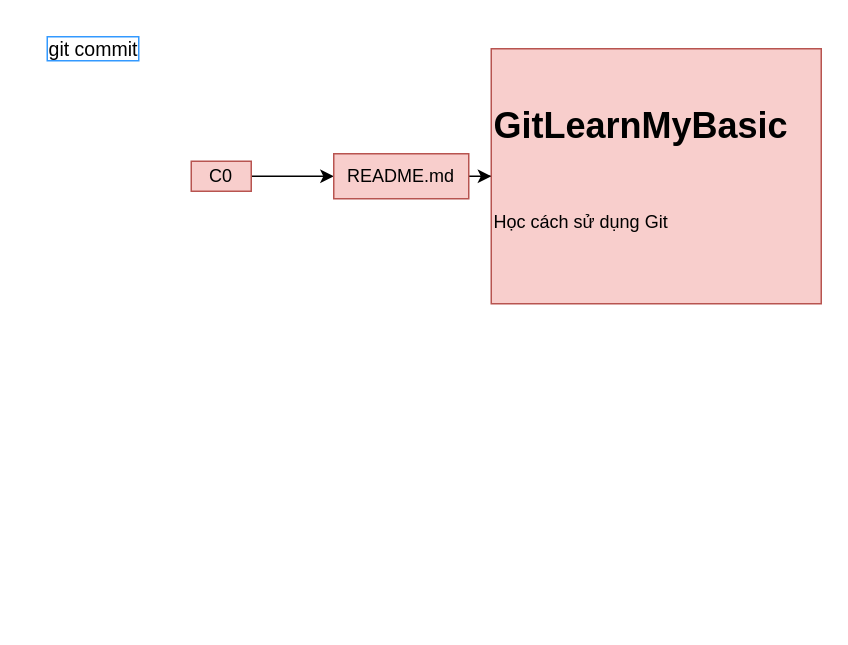
Above: page "Follow" (1 of 2) of Document/readme.drawio in coibaka/GitLearnMyBasic (draw.io), before the change. Source tidied: cells renumbered, new cells numbered last; positions are measured from the earlier drawing's top-left corner, leaving out a move shared by most shapes. Both pictures are drawn from the tidied source at 150%, with x=0, y=0 at pixel (26, 26).
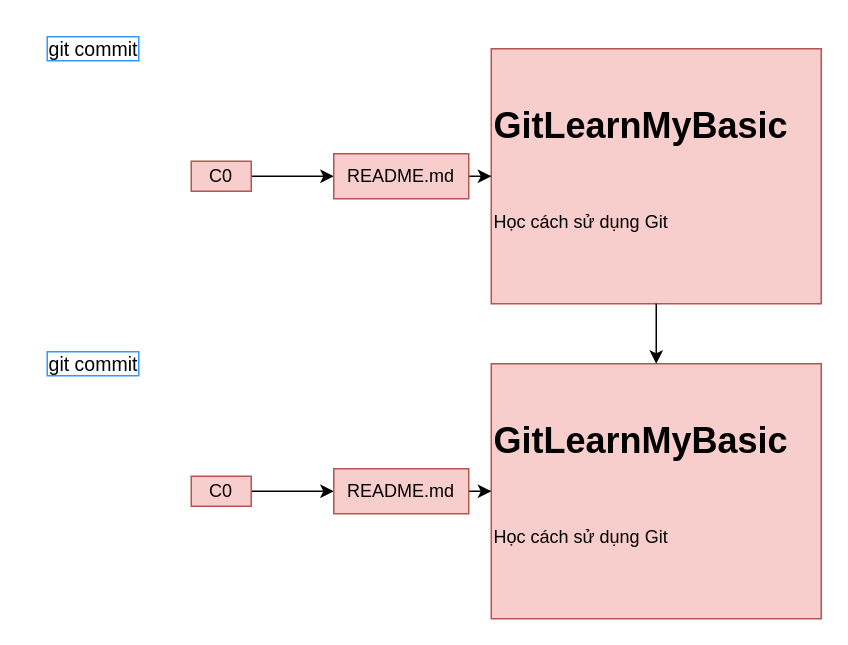
The same diagram, later.

The edit, as a diff of the source:
```diff
@@
 <mxGraphModel>
   <root>
     <mxCell id="0" />
     <mxCell id="1" parent="0" />
     <mxCell id="2" style="edgeStyle=orthogonalEdgeStyle;rounded=0;jettySize=auto;html=1;" parent="1" edge="1" source="3" target="5">
       <mxGeometry relative="1" as="geometry" />
     </mxCell>
     <mxCell id="3" value="C0" style="text;html=1;strokeColor=#b85450;fillColor=#f8cecc;align=center;verticalAlign=middle;whiteSpace=wrap;rounded=0;" parent="1" vertex="1">
       <mxGeometry x="110" y="90" width="40" height="20" as="geometry" />
     </mxCell>
     <mxCell id="4" style="edgeStyle=orthogonalEdgeStyle;rounded=0;jettySize=auto;html=1;" parent="1" edge="1" source="5" target="6">
       <mxGeometry relative="1" as="geometry" />
     </mxCell>
     <mxCell id="5" value="README.md" style="text;html=1;strokeColor=#b85450;fillColor=#f8cecc;align=center;verticalAlign=middle;whiteSpace=wrap;rounded=0;" parent="1" vertex="1">
       <mxGeometry x="205" y="85" width="90" height="30" as="geometry" />
     </mxCell>
     <mxCell id="6" value="&#10;&lt;h1 dir=&quot;auto&quot; tabindex=&quot;-1&quot;&gt;GitLearnMyBasic&lt;/h1&gt;&#10;&lt;p dir=&quot;auto&quot;&gt;Học cách sử dụng Git&lt;/p&gt;&#10;&#10;" style="text;html=1;strokeColor=#b85450;fillColor=#f8cecc;align=left;verticalAlign=middle;whiteSpace=wrap;rounded=0;" parent="1" vertex="1">
       <mxGeometry x="310" y="15" width="220" height="170" as="geometry" />
     </mxCell>
     <mxCell id="7" value="git commit" style="text;html=1;strokeColor=none;fillColor=none;align=center;verticalAlign=middle;whiteSpace=wrap;rounded=0;labelBorderColor=#3399FF;fontSize=13;strokeWidth=1;" parent="1" vertex="1">
       <mxGeometry width="90" height="30" as="geometry" />
     </mxCell>
+    <mxCell id="8" parent="0" />
+    <mxCell id="9" style="edgeStyle=orthogonalEdgeStyle;rounded=0;jettySize=auto;html=1;" parent="8" edge="1" source="10" target="12">
+      <mxGeometry relative="1" as="geometry" />
+    </mxCell>
+    <mxCell id="10" value="C0" style="text;html=1;strokeColor=#b85450;fillColor=#f8cecc;align=center;verticalAlign=middle;whiteSpace=wrap;rounded=0;" parent="8" vertex="1">
+      <mxGeometry x="110" y="300" width="40" height="20" as="geometry" />
+    </mxCell>
+    <mxCell id="11" style="edgeStyle=orthogonalEdgeStyle;rounded=0;jettySize=auto;html=1;" parent="8" edge="1" source="12" target="13">
+      <mxGeometry relative="1" as="geometry" />
+    </mxCell>
+    <mxCell id="12" value="README.md" style="text;html=1;strokeColor=#b85450;fillColor=#f8cecc;align=center;verticalAlign=middle;whiteSpace=wrap;rounded=0;" parent="8" vertex="1">
+      <mxGeometry x="205" y="295" width="90" height="30" as="geometry" />
+    </mxCell>
+    <mxCell id="13" value="&#10;&lt;h1 dir=&quot;auto&quot; tabindex=&quot;-1&quot;&gt;GitLearnMyBasic&lt;/h1&gt;&#10;&lt;p dir=&quot;auto&quot;&gt;Học cách sử dụng Git&lt;/p&gt;&#10;&#10;" style="text;html=1;strokeColor=#b85450;fillColor=#f8cecc;align=left;verticalAlign=middle;whiteSpace=wrap;rounded=0;" parent="8" vertex="1">
+      <mxGeometry x="310" y="225" width="220" height="170" as="geometry" />
+    </mxCell>
+    <mxCell id="14" value="git commit" style="text;html=1;strokeColor=none;fillColor=none;align=center;verticalAlign=middle;whiteSpace=wrap;rounded=0;labelBorderColor=#3399FF;fontSize=13;strokeWidth=1;" parent="8" vertex="1">
+      <mxGeometry y="210" width="90" height="30" as="geometry" />
+    </mxCell>
+    <mxCell id="15" style="edgeStyle=orthogonalEdgeStyle;rounded=0;jettySize=auto;html=1;exitX=0.5;exitY=1;exitDx=0;exitDy=0;" parent="8" edge="1" source="6" target="13">
+      <mxGeometry relative="1" as="geometry" />
+    </mxCell>
   </root>
 </mxGraphModel>
```
